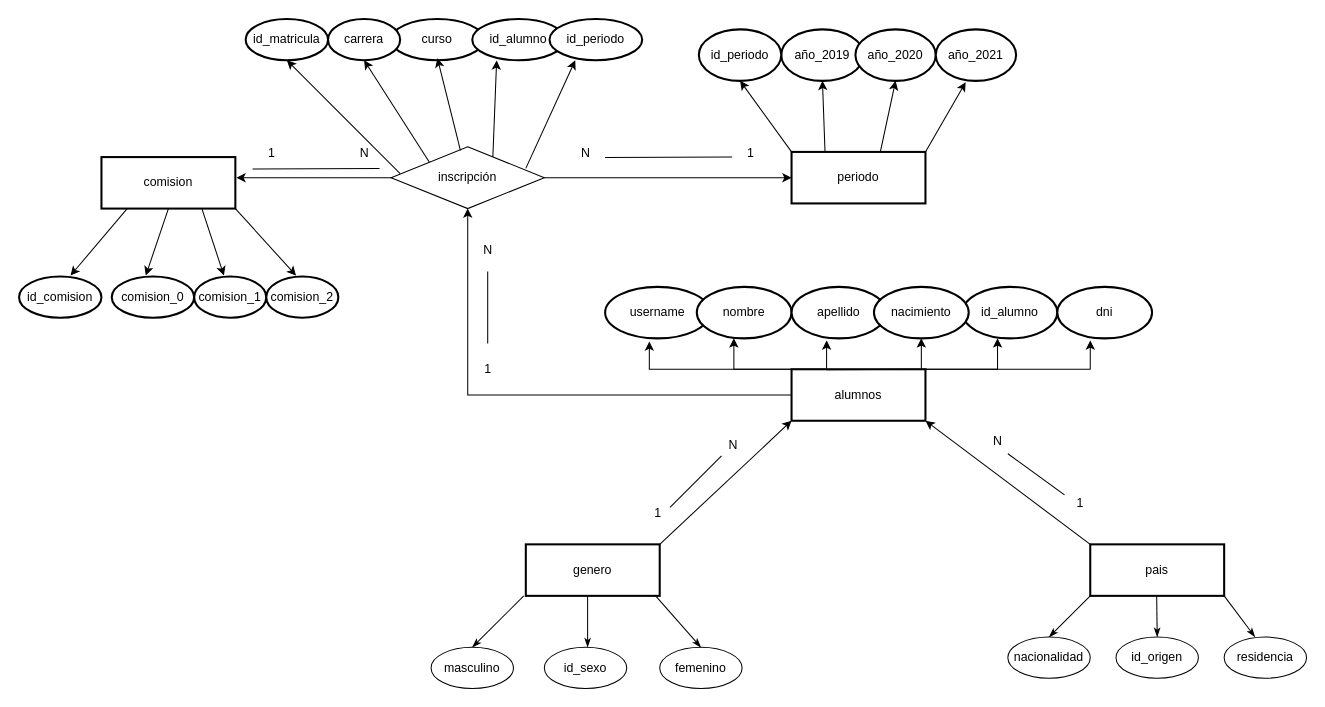
arcv1337/arcv1337 keeps this draw.io diagram as Diagrama sin título.drawio. Above is the earlier version. Source tidied: cells renumbered, new cells numbered last; positions are measured from the earlier drawing's top-left corner, leaving out a move shared by most shapes. Both pictures are drawn from the tidied source at 103%, with x=0, y=0 at pixel (19, 19).
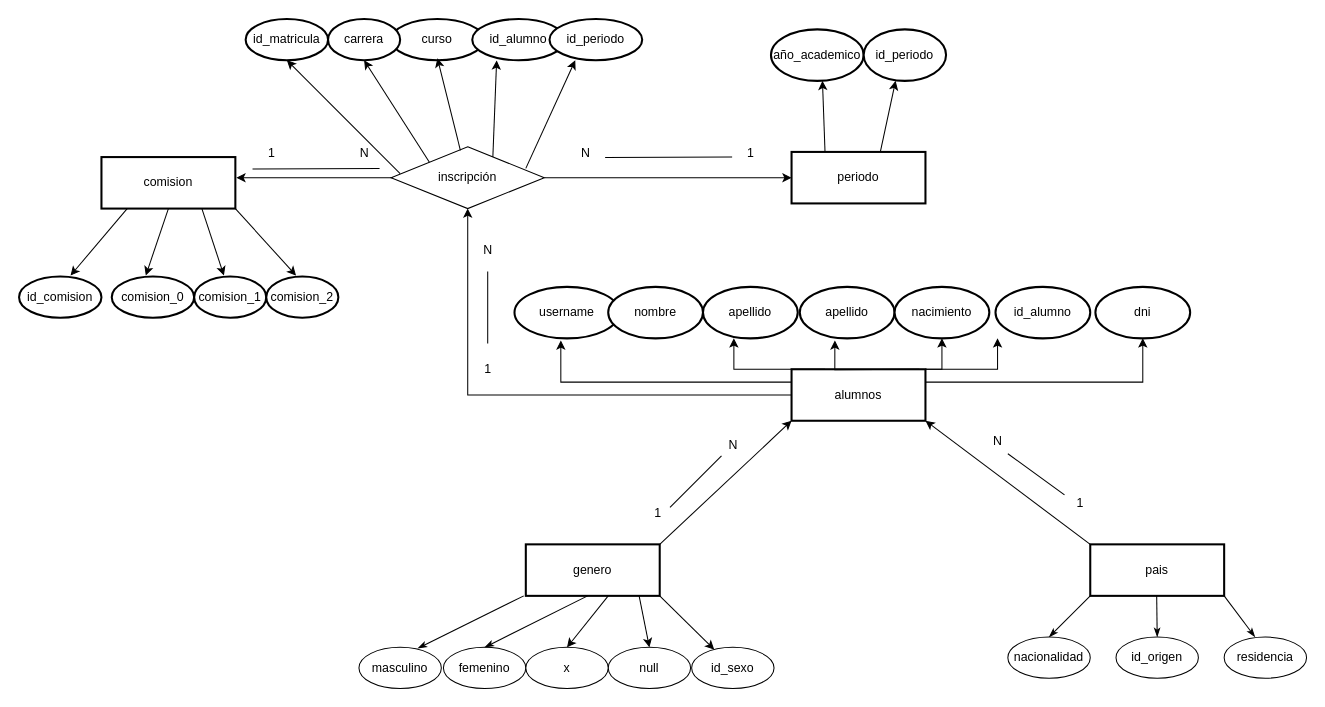
Above is the later version.

Unchanged cells that the change refers to:
```xml
<mxCell id="8" value="alumnos" style="rounded=0;whiteSpace=wrap;html=1;strokeWidth=2;" parent="1" vertex="1">
  <mxGeometry x="750" y="340" width="130" height="50" as="geometry" />
</mxCell>
<mxCell id="67" value="periodo" style="rounded=0;whiteSpace=wrap;html=1;strokeWidth=2;" parent="1" vertex="1">
  <mxGeometry x="750" y="129" width="130" height="50" as="geometry" />
</mxCell>
```

Diff of the diagram source:
```diff
@@
-    <mxCell id="4" style="edgeStyle=orthogonalEdgeStyle;rounded=0;jettySize=auto;html=1;exitX=1;exitY=0;exitDx=0;exitDy=0;entryX=0.348;entryY=1.04;entryDx=0;entryDy=0;entryPerimeter=0;" parent="1" edge="1" source="8" target="14">
-      <mxGeometry relative="1" as="geometry">
-        <Array as="points">
-          <mxPoint x="1040" y="340" />
-        </Array>
-      </mxGeometry>
-    </mxCell>
@@
+    <mxCell id="4" style="edgeStyle=orthogonalEdgeStyle;rounded=0;jettySize=auto;html=1;exitX=1;exitY=0.25;exitDx=0;exitDy=0;entryX=0.5;entryY=1;entryDx=0;entryDy=0;" parent="1" edge="1" source="8" target="14">
+      <mxGeometry relative="1" as="geometry" />
+    </mxCell>
-    <mxCell id="7" style="edgeStyle=orthogonalEdgeStyle;rounded=0;jettySize=auto;html=1;exitX=0;exitY=0;exitDx=0;exitDy=0;entryX=0.421;entryY=1.062;entryDx=0;entryDy=0;entryPerimeter=0;" parent="1" edge="1" source="8" target="9">
-      <mxGeometry relative="1" as="geometry">
-        <Array as="points">
-          <mxPoint x="612" y="340" />
-        </Array>
-      </mxGeometry>
+    <mxCell id="7" style="edgeStyle=orthogonalEdgeStyle;rounded=0;jettySize=auto;html=1;exitX=0;exitY=0.25;exitDx=0;exitDy=0;entryX=0.441;entryY=1.04;entryDx=0;entryDy=0;entryPerimeter=0;" parent="1" edge="1" source="8" target="9">
+      <mxGeometry relative="1" as="geometry" />
     </mxCell>
@@
     <mxCell id="9" value="username" style="ellipse;whiteSpace=wrap;html=1;strokeWidth=2;" parent="1" vertex="1">
-      <mxGeometry x="569" y="260" width="102" height="50" as="geometry" />
+      <mxGeometry x="481" y="260" width="102" height="50" as="geometry" />
     </mxCell>
-    <mxCell id="10" value="nombre" style="ellipse;whiteSpace=wrap;html=1;strokeWidth=2;" parent="1" vertex="1">
-      <mxGeometry x="658" y="260" width="92" height="50" as="geometry" />
+    <mxCell id="10" value="apellido" style="ellipse;whiteSpace=wrap;html=1;strokeWidth=2;" parent="1" vertex="1">
+      <mxGeometry x="664" y="260" width="92" height="50" as="geometry" />
     </mxCell>
@@
     <mxCell id="12" value="apellido" style="ellipse;whiteSpace=wrap;html=1;strokeWidth=2;" parent="1" vertex="1">
-      <mxGeometry x="750" y="260" width="92" height="50" as="geometry" />
+      <mxGeometry x="758" y="260" width="92" height="50" as="geometry" />
     </mxCell>
     <mxCell id="13" value="id_alumno" style="ellipse;whiteSpace=wrap;html=1;strokeWidth=2;" parent="1" vertex="1">
-      <mxGeometry x="916" y="260" width="92" height="50" as="geometry" />
+      <mxGeometry x="948" y="260" width="92" height="50" as="geometry" />
     </mxCell>
     <mxCell id="14" value="dni" style="ellipse;whiteSpace=wrap;html=1;strokeWidth=2;" parent="1" vertex="1">
-      <mxGeometry x="1008" y="260" width="92" height="50" as="geometry" />
+      <mxGeometry x="1045" y="260" width="92" height="50" as="geometry" />
     </mxCell>
@@
-    <mxCell id="17" style="endArrow=none;html=1;rounded=0;startArrow=classicThin;startFill=1;" parent="1" edge="1">
+    <mxCell id="17" style="endArrow=none;html=1;rounded=0;startArrow=classicThin;startFill=1;exitX=0.713;exitY=0.025;exitDx=0;exitDy=0;exitPerimeter=0;" parent="1" edge="1" source="18">
       <mxGeometry relative="1" as="geometry">
-        <mxPoint x="440" y="610" as="sourcePoint" />
         <mxPoint x="490" y="560" as="targetPoint" />
       </mxGeometry>
     </mxCell>
     <mxCell id="18" value="masculino" style="ellipse;whiteSpace=wrap;html=1;" parent="1" vertex="1">
-      <mxGeometry x="400" y="610" width="80" height="40" as="geometry" />
+      <mxGeometry x="330" y="610" width="80" height="40" as="geometry" />
     </mxCell>
     <mxCell id="19" value="femenino" style="ellipse;whiteSpace=wrap;html=1;" parent="1" vertex="1">
-      <mxGeometry x="622" y="610" width="80" height="40" as="geometry" />
+      <mxGeometry x="412" y="610" width="80" height="40" as="geometry" />
     </mxCell>
-    <mxCell id="20" style="endArrow=none;html=1;rounded=0;startArrow=classicThin;startFill=1;exitX=0.5;exitY=0;exitDx=0;exitDy=0;" parent="1" edge="1" source="19">
-      <mxGeometry relative="1" as="geometry">
-        <mxPoint x="618" y="560" as="targetPoint" />
-      </mxGeometry>
-    </mxCell>
-    <mxCell id="21" style="endArrow=none;html=1;rounded=0;startArrow=classicThin;startFill=1;" parent="1" edge="1">
+    <mxCell id="21" style="endArrow=none;html=1;rounded=0;startArrow=classicThin;startFill=1;exitX=0.5;exitY=0;exitDx=0;exitDy=0;" parent="1" edge="1" source="19">
       <mxGeometry relative="1" as="geometry">
-        <mxPoint x="552" y="610" as="sourcePoint" />
         <mxPoint x="552" y="560" as="targetPoint" />
       </mxGeometry>
     </mxCell>
-    <mxCell id="22" value="id_sexo" style="ellipse;whiteSpace=wrap;html=1;" parent="1" vertex="1">
-      <mxGeometry x="510" y="610" width="80" height="40" as="geometry" />
+    <mxCell id="22" value="null" style="ellipse;whiteSpace=wrap;html=1;" parent="1" vertex="1">
+      <mxGeometry x="572" y="610" width="80" height="40" as="geometry" />
     </mxCell>
@@
-    <mxCell id="37" value="año_2019" style="ellipse;whiteSpace=wrap;html=1;strokeWidth=2;" parent="1" vertex="1">
-      <mxGeometry x="740" y="10" width="80" height="50" as="geometry" />
-    </mxCell>
-    <mxCell id="38" value="año_2020" style="ellipse;whiteSpace=wrap;html=1;strokeWidth=2;" parent="1" vertex="1">
-      <mxGeometry x="812" y="10" width="78" height="50" as="geometry" />
-    </mxCell>
-    <mxCell id="39" value="año_2021" style="ellipse;whiteSpace=wrap;html=1;strokeWidth=2;" parent="1" vertex="1">
-      <mxGeometry x="890" y="10" width="78" height="50" as="geometry" />
-    </mxCell>
-    <mxCell id="40" value="id_periodo" style="ellipse;whiteSpace=wrap;html=1;strokeWidth=2;" parent="1" vertex="1">
-      <mxGeometry x="660" y="10" width="80" height="50" as="geometry" />
-    </mxCell>
@@
     <mxCell id="64" value="nacimiento" style="ellipse;whiteSpace=wrap;html=1;strokeWidth=2;" parent="1" vertex="1">
-      <mxGeometry x="830" y="260" width="92" height="50" as="geometry" />
+      <mxGeometry x="850" y="260" width="92" height="50" as="geometry" />
     </mxCell>
@@
-    <mxCell id="68" style="endArrow=classic;html=1;rounded=0;entryX=0.5;entryY=1;entryDx=0;entryDy=0;" parent="1" edge="1" target="40">
-      <mxGeometry relative="1" as="geometry">
-        <mxPoint x="750" y="129" as="sourcePoint" />
-      </mxGeometry>
-    </mxCell>
-    <mxCell id="69" style="endArrow=classic;html=1;rounded=0;entryX=0.5;entryY=1;entryDx=0;entryDy=0;exitX=0.25;exitY=0;exitDx=0;exitDy=0;" parent="1" edge="1" source="67" target="37">
-      <mxGeometry relative="1" as="geometry" />
+    <mxCell id="69" style="endArrow=classic;html=1;rounded=0;entryX=0.5;entryY=1;entryDx=0;entryDy=0;exitX=0.25;exitY=0;exitDx=0;exitDy=0;" parent="1" edge="1" source="67">
+      <mxGeometry relative="1" as="geometry">
+        <mxPoint x="780" y="60" as="targetPoint" />
+      </mxGeometry>
     </mxCell>
-    <mxCell id="70" style="endArrow=classic;html=1;rounded=0;entryX=0.5;entryY=1;entryDx=0;entryDy=0;exitX=0.25;exitY=0;exitDx=0;exitDy=0;" parent="1" edge="1" target="38">
+    <mxCell id="70" style="endArrow=classic;html=1;rounded=0;entryX=0.5;entryY=1;entryDx=0;entryDy=0;exitX=0.25;exitY=0;exitDx=0;exitDy=0;" parent="1" edge="1">
       <mxGeometry relative="1" as="geometry">
         <mxPoint x="836.2" y="129" as="sourcePoint" />
+        <mxPoint x="851" y="60" as="targetPoint" />
       </mxGeometry>
     </mxCell>
-    <mxCell id="71" style="endArrow=classic;html=1;rounded=0;entryX=0.372;entryY=1.027;entryDx=0;entryDy=0;exitX=0.25;exitY=0;exitDx=0;exitDy=0;entryPerimeter=0;" parent="1" edge="1" target="39">
-      <mxGeometry relative="1" as="geometry">
-        <mxPoint x="880" y="129" as="sourcePoint" />
-      </mxGeometry>
-    </mxCell>
@@
+    <mxCell id="79" value="x" style="ellipse;whiteSpace=wrap;html=1;" parent="1" vertex="1">
+      <mxGeometry x="492" y="610" width="80" height="40" as="geometry" />
+    </mxCell>
+    <mxCell id="80" style="endArrow=classic;html=1;rounded=0;entryX=0.5;entryY=0;entryDx=0;entryDy=0;" parent="1" edge="1" target="79">
+      <mxGeometry relative="1" as="geometry">
+        <mxPoint x="572" y="560" as="sourcePoint" />
+      </mxGeometry>
+    </mxCell>
+    <mxCell id="81" value="id_sexo" style="ellipse;whiteSpace=wrap;html=1;" parent="1" vertex="1">
+      <mxGeometry x="653" y="610" width="80" height="40" as="geometry" />
+    </mxCell>
+    <mxCell id="82" style="endArrow=classic;html=1;rounded=0;entryX=0.5;entryY=0;entryDx=0;entryDy=0;" parent="1" edge="1" target="22">
+      <mxGeometry relative="1" as="geometry">
+        <mxPoint x="602" y="560" as="sourcePoint" />
+      </mxGeometry>
+    </mxCell>
+    <mxCell id="83" style="endArrow=classic;html=1;rounded=0;" parent="1" edge="1" target="81">
+      <mxGeometry relative="1" as="geometry">
+        <mxPoint x="622" y="560" as="sourcePoint" />
+      </mxGeometry>
+    </mxCell>
+    <mxCell id="84" value="año_academico" style="ellipse;whiteSpace=wrap;html=1;strokeWidth=2;" parent="1" vertex="1">
+      <mxGeometry x="730" y="10" width="90" height="50" as="geometry" />
+    </mxCell>
+    <mxCell id="40" value="id_periodo" style="ellipse;whiteSpace=wrap;html=1;strokeWidth=2;" parent="1" vertex="1">
+      <mxGeometry x="820" y="10" width="80" height="50" as="geometry" />
+    </mxCell>
+    <mxCell id="85" value="nombre" style="ellipse;whiteSpace=wrap;html=1;strokeWidth=2;" parent="1" vertex="1">
+      <mxGeometry x="572" y="260" width="92" height="50" as="geometry" />
+    </mxCell>
```
